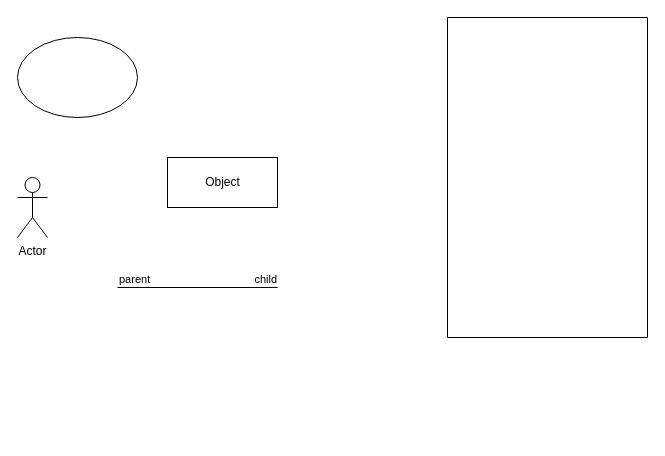
ee0307/110-2Mid keeps this draw.io diagram as page "(b) 小題" (1 of 3) of sample1.drawio. Above is the earlier version. Source tidied: cells renumbered, new cells numbered last; positions are measured from the earlier drawing's top-left corner, leaving out a move shared by most shapes. Both pictures are drawn from the tidied source at 100%, with x=0, y=0 at pixel (17, 17).
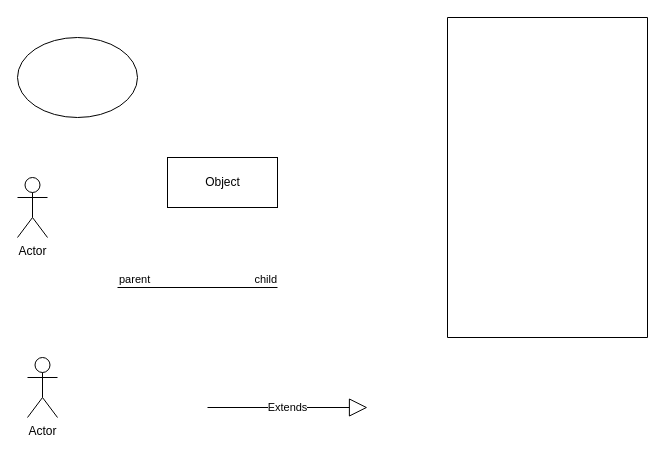
After the change.

Change to the diagram source:
```diff
@@
 <mxGraphModel>
   <root>
     <mxCell id="0" />
     <mxCell id="1" parent="0" />
     <mxCell id="2" value="Actor" style="shape=umlActor;verticalLabelPosition=bottom;verticalAlign=top;html=1;" parent="1" vertex="1">
       <mxGeometry y="160" width="30" height="60" as="geometry" />
     </mxCell>
     <mxCell id="3" value="Object" style="html=1;" parent="1" vertex="1">
       <mxGeometry x="150" y="140" width="110" height="50" as="geometry" />
     </mxCell>
     <mxCell id="4" style="endArrow=none;html=1;edgeStyle=orthogonalEdgeStyle;rounded=0;" parent="1" edge="1">
       <mxGeometry relative="1" as="geometry">
         <mxPoint x="100" y="270" as="sourcePoint" />
         <mxPoint x="260" y="270" as="targetPoint" />
       </mxGeometry>
     </mxCell>
     <mxCell id="5" value="parent" style="edgeLabel;html=1;align=left;verticalAlign=bottom;" parent="4" vertex="1">
       <mxGeometry x="-1" relative="1" as="geometry" />
     </mxCell>
     <mxCell id="6" value="child" style="edgeLabel;html=1;align=right;verticalAlign=bottom;" parent="4" vertex="1">
       <mxGeometry x="1" relative="1" as="geometry" />
     </mxCell>
     <mxCell id="7" style="ellipse;whiteSpace=wrap;html=1;" parent="1" vertex="1">
       <mxGeometry y="20" width="120" height="80" as="geometry" />
     </mxCell>
     <mxCell id="8" style="swimlane;startSize=0;" parent="1" vertex="1">
       <mxGeometry x="430" width="200" height="320" as="geometry" />
     </mxCell>
+    <mxCell id="9" value="Actor" style="shape=umlActor;verticalLabelPosition=bottom;verticalAlign=top;html=1;" parent="1" vertex="1">
+      <mxGeometry x="10" y="340" width="30" height="60" as="geometry" />
+    </mxCell>
+    <mxCell id="10" value="Extends" style="endArrow=block;endSize=16;endFill=0;html=1;rounded=0;" parent="1" edge="1">
+      <mxGeometry relative="1" as="geometry">
+        <mxPoint x="190" y="390" as="sourcePoint" />
+        <mxPoint x="350" y="390" as="targetPoint" />
+      </mxGeometry>
+    </mxCell>
   </root>
 </mxGraphModel>
```
